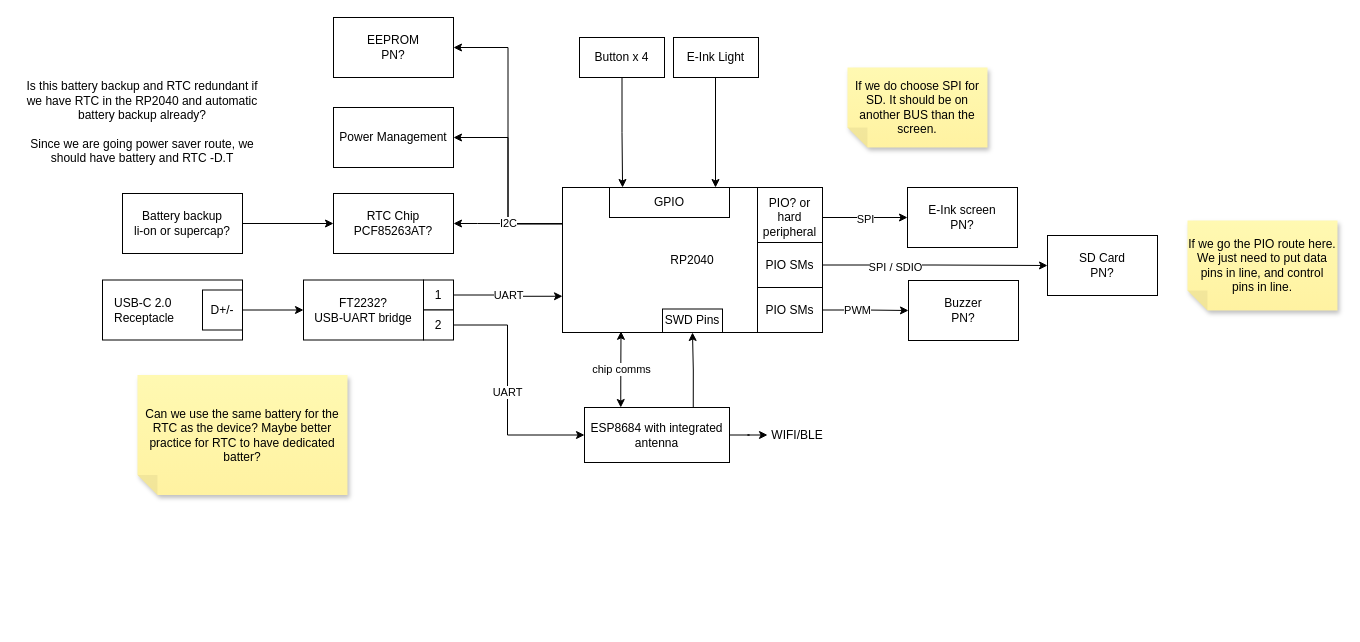
DawsonTheroux/alarm_clock keeps this draw.io diagram as page "Data Path" (1 of 2) of hw_architecture/alarm_clk_blk.drawio. Above is the earlier version. Source tidied: cells renumbered, new cells numbered last; positions are measured from the earlier drawing's top-left corner, leaving out a move shared by most shapes. Both pictures are drawn from the tidied source at 100%, with x=0, y=0 at pixel (17, 17).
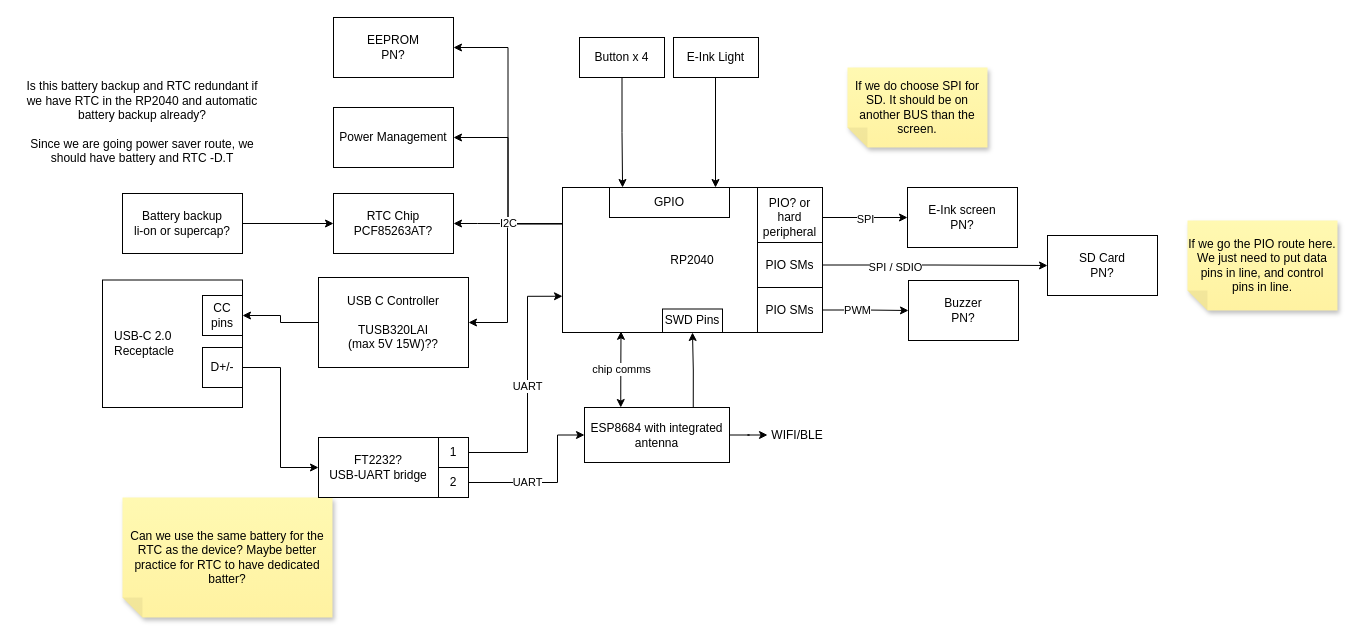
After the change.

Unchanged cells that the change refers to:
```xml
<mxCell id="8" value="&lt;div style=&quot;text-align: justify;&quot;&gt;&lt;span style=&quot;background-color: initial;&quot;&gt;RP2040&lt;/span&gt;&lt;/div&gt;" style="rounded=0;whiteSpace=wrap;html=1;" parent="1" vertex="1">
  <mxGeometry x="545" y="170" width="260" height="145" as="geometry" />
</mxCell>
<mxCell id="11" value="&lt;div style=&quot;&quot;&gt;&lt;span style=&quot;background-color: initial;&quot;&gt;ESP8684 with integrated antenna&lt;/span&gt;&lt;/div&gt;" style="rounded=0;whiteSpace=wrap;html=1;align=center;" parent="1" vertex="1">
  <mxGeometry x="567" y="390" width="145" height="55" as="geometry" />
</mxCell>
```

The edit, as a diff of the source:
```diff
@@
-    <mxCell id="2" value="FT2232?&lt;br&gt;USB-UART bridge" style="rounded=0;whiteSpace=wrap;html=1;" parent="1" vertex="1">
-      <mxGeometry x="286" y="262.5" width="120" height="60" as="geometry" />
-    </mxCell>
     <mxCell id="3" value="&amp;nbsp; &amp;nbsp;USB-C 2.0 &lt;br&gt;&amp;nbsp; &amp;nbsp;Receptacle" style="rounded=0;whiteSpace=wrap;html=1;align=left;" parent="1" vertex="1">
-      <mxGeometry x="85" y="262.5" width="140" height="60" as="geometry" />
+      <mxGeometry x="85" y="262.5" width="140" height="127.5" as="geometry" />
     </mxCell>
@@
     <mxCell id="5" value="D+/-" style="whiteSpace=wrap;html=1;" parent="1" vertex="1">
-      <mxGeometry x="185" y="272.5" width="40" height="40" as="geometry" />
+      <mxGeometry x="185" y="330" width="40" height="40" as="geometry" />
     </mxCell>
@@
-    <mxCell id="12" value="1" style="whiteSpace=wrap;html=1;" parent="1" vertex="1">
-      <mxGeometry x="406" y="262.5" width="30" height="30" as="geometry" />
-    </mxCell>
-    <mxCell id="13" value="2" style="whiteSpace=wrap;html=1;" parent="1" vertex="1">
-      <mxGeometry x="406" y="292.5" width="30" height="30" as="geometry" />
-    </mxCell>
     <mxCell id="14" value="UART" style="edgeStyle=orthogonalEdgeStyle;rounded=0;jettySize=auto;html=1;entryX=0;entryY=0.75;entryDx=0;entryDy=0;" parent="1" edge="1" source="12" target="8">
-      <mxGeometry relative="1" as="geometry" />
+      <mxGeometry relative="1" as="geometry">
+        <Array as="points">
+          <mxPoint x="510" y="435" />
+          <mxPoint x="510" y="279" />
+        </Array>
+      </mxGeometry>
     </mxCell>
     <mxCell id="15" value="UART" style="edgeStyle=orthogonalEdgeStyle;rounded=0;jettySize=auto;html=1;entryX=0;entryY=0.5;entryDx=0;entryDy=0;" parent="1" edge="1" source="13" target="11">
-      <mxGeometry relative="1" as="geometry">
+      <mxGeometry x="-0.28" relative="1" as="geometry">
         <Array as="points">
-          <mxPoint x="490" y="308" />
-          <mxPoint x="490" y="418" />
+          <mxPoint x="540" y="465" />
+          <mxPoint x="540" y="418" />
         </Array>
       </mxGeometry>
     </mxCell>
@@
     <mxCell id="45" value="Can we use the same battery for the RTC as the device? Maybe better practice for RTC to have dedicated batter?" style="shape=note;whiteSpace=wrap;html=1;backgroundOutline=1;fontColor=#000000;darkOpacity=0.05;fillColor=#FFF9B2;strokeColor=none;fillStyle=solid;direction=west;gradientDirection=north;gradientColor=#FFF2A1;shadow=1;size=20;" parent="1" vertex="1">
-      <mxGeometry x="120" y="357.5" width="210" height="120" as="geometry" />
+      <mxGeometry x="105" y="480" width="210" height="120" as="geometry" />
     </mxCell>
+    <mxCell id="46" value="CC pins" style="whiteSpace=wrap;html=1;" parent="1" vertex="1">
+      <mxGeometry x="185" y="278" width="40" height="40" as="geometry" />
+    </mxCell>
+    <mxCell id="47" style="edgeStyle=orthogonalEdgeStyle;rounded=0;jettySize=auto;html=1;entryX=1;entryY=0.5;entryDx=0;entryDy=0;" parent="1" edge="1" source="48" target="46">
+      <mxGeometry relative="1" as="geometry" />
+    </mxCell>
+    <mxCell id="48" value="USB C Controller&lt;br&gt;&lt;br&gt;TUSB320LAI &lt;br&gt;(max 5V 15W)??" style="rounded=0;whiteSpace=wrap;html=1;" parent="1" vertex="1">
+      <mxGeometry x="301" y="260" width="150" height="90" as="geometry" />
+    </mxCell>
+    <mxCell id="49" style="group;" parent="1" vertex="1">
+      <mxGeometry x="301" y="420" width="150" height="60" as="geometry" />
+    </mxCell>
+    <mxCell id="2" value="FT2232?&lt;br&gt;USB-UART bridge" style="rounded=0;whiteSpace=wrap;html=1;" parent="49" vertex="1">
+      <mxGeometry width="120" height="60" as="geometry" />
+    </mxCell>
+    <mxCell id="12" value="1" style="whiteSpace=wrap;html=1;" parent="49" vertex="1">
+      <mxGeometry x="120" width="30" height="30" as="geometry" />
+    </mxCell>
+    <mxCell id="13" value="2" style="whiteSpace=wrap;html=1;" parent="49" vertex="1">
+      <mxGeometry x="120" y="30" width="30" height="30" as="geometry" />
+    </mxCell>
+    <mxCell id="50" style="endArrow=classic;html=1;rounded=0;entryX=1;entryY=0.5;entryDx=0;entryDy=0;" parent="1" edge="1" target="48">
+      <mxGeometry relative="1" as="geometry">
+        <mxPoint x="490" y="210" as="sourcePoint" />
+        <Array as="points">
+          <mxPoint x="490" y="305" />
+        </Array>
+      </mxGeometry>
+    </mxCell>
```
